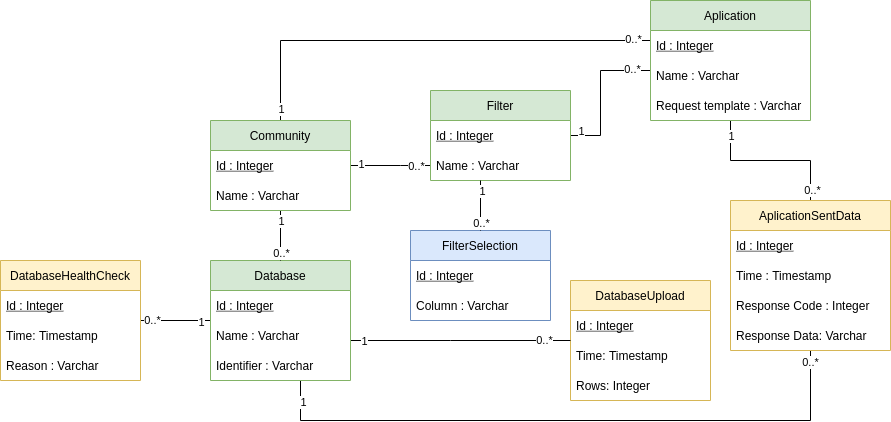
Before: figs/04-extraction-update/data-models.png, a diagram exported from draw.io (aspedrosa/masters-thesis). Source tidied: cells renumbered, new cells last; positions are measured from the earlier drawing's top-left corner, leaving out a move shared by most shapes.
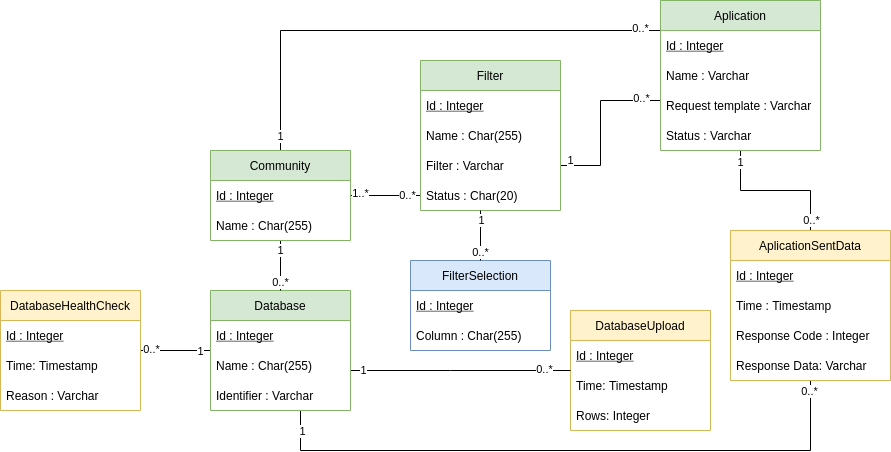
Later version of the same file.

The edit, as a diff of the source:
```diff
@@ -64,7 +64,7 @@
     <mxCell id="16" value="Id : Integer" style="text;strokeColor=none;fillColor=none;align=left;verticalAlign=middle;spacingLeft=4;spacingRight=4;overflow=hidden;fontStyle=4;" parent="15" vertex="1">
       <mxGeometry y="30" width="140" height="30" as="geometry" />
     </mxCell>
-    <mxCell id="17" value="Name : Varchar" style="text;strokeColor=none;fillColor=none;align=left;verticalAlign=middle;spacingLeft=4;spacingRight=4;overflow=hidden;fontStyle=0;" parent="15" vertex="1">
+    <mxCell id="17" value="Name : Char(255)" style="text;strokeColor=none;fillColor=none;align=left;verticalAlign=middle;spacingLeft=4;spacingRight=4;overflow=hidden;fontStyle=0;" parent="15" vertex="1">
       <mxGeometry y="60" width="140" height="30" as="geometry" />
     </mxCell>
     <mxCell id="18" value="Identifier : Varchar" style="text;strokeColor=none;fillColor=none;align=left;verticalAlign=middle;spacingLeft=4;spacingRight=4;overflow=hidden;fontStyle=0;" parent="15" vertex="1">
@@ -73,7 +73,7 @@
     <mxCell id="19" style="edgeStyle=orthogonalEdgeStyle;rounded=0;jettySize=auto;html=1;endArrow=none;endFill=0;orthogonal=1;" parent="1" edge="1" source="28" target="46">
       <mxGeometry relative="1" as="geometry">
         <Array as="points">
-          <mxPoint x="280" y="40" />
+          <mxPoint x="280" />
         </Array>
       </mxGeometry>
     </mxCell>
@@ -107,8 +107,10 @@
         </Array>
       </mxGeometry>
     </mxCell>
-    <mxCell id="26" value="1" style="edgeLabel;html=1;align=center;verticalAlign=middle;" parent="25" vertex="1">
-      <mxGeometry x="-0.76" y="2" relative="1" as="geometry" />
+    <mxCell id="26" value="1..*" style="edgeLabel;html=1;align=center;verticalAlign=middle;" parent="25" vertex="1">
+      <mxGeometry x="-0.76" y="2" relative="1" as="geometry">
+        <mxPoint x="1" as="offset" />
+      </mxGeometry>
     </mxCell>
     <mxCell id="27" value="0..*" style="edgeLabel;html=1;align=center;verticalAlign=middle;" parent="25" vertex="1">
       <mxGeometry x="0.61" relative="1" as="geometry" />
@@ -119,7 +121,7 @@
     <mxCell id="29" value="Id : Integer" style="text;strokeColor=none;fillColor=none;align=left;verticalAlign=middle;spacingLeft=4;spacingRight=4;overflow=hidden;fontStyle=4;" parent="28" vertex="1">
       <mxGeometry y="30" width="140" height="30" as="geometry" />
     </mxCell>
-    <mxCell id="30" value="Name : Varchar" style="text;strokeColor=none;fillColor=none;align=left;verticalAlign=middle;spacingLeft=4;spacingRight=4;overflow=hidden;fontStyle=0;" parent="28" vertex="1">
+    <mxCell id="30" value="Name : Char(255)" style="text;strokeColor=none;fillColor=none;align=left;verticalAlign=middle;spacingLeft=4;spacingRight=4;overflow=hidden;fontStyle=0;" parent="28" vertex="1">
       <mxGeometry y="60" width="140" height="30" as="geometry" />
     </mxCell>
     <mxCell id="31" style="edgeStyle=orthogonalEdgeStyle;rounded=0;jettySize=auto;html=1;endArrow=none;endFill=0;orthogonal=1;" parent="1" edge="1" source="34" target="46">
@@ -141,21 +143,27 @@
       </mxGeometry>
     </mxCell>
     <mxCell id="34" value="Filter" style="swimlane;fontStyle=0;horizontal=1;startSize=30;fillColor=#d5e8d4;strokeColor=#82b366;" parent="1" vertex="1">
-      <mxGeometry x="430" y="90" width="140" height="90" as="geometry" />
+      <mxGeometry x="420" y="30" width="140" height="150" as="geometry" />
     </mxCell>
     <mxCell id="35" value="Id : Integer" style="text;strokeColor=none;fillColor=none;align=left;verticalAlign=middle;spacingLeft=4;spacingRight=4;overflow=hidden;fontStyle=4;" parent="34" vertex="1">
       <mxGeometry y="30" width="140" height="30" as="geometry" />
     </mxCell>
-    <mxCell id="36" value="Name : Varchar" style="text;strokeColor=none;fillColor=none;align=left;verticalAlign=middle;spacingLeft=4;spacingRight=4;overflow=hidden;fontStyle=0;" parent="34" vertex="1">
+    <mxCell id="36" value="Name : Char(255)" style="text;strokeColor=none;fillColor=none;align=left;verticalAlign=middle;spacingLeft=4;spacingRight=4;overflow=hidden;fontStyle=0;" parent="34" vertex="1">
       <mxGeometry y="60" width="140" height="30" as="geometry" />
     </mxCell>
+    <mxCell id="59" value="Filter : Varchar" style="text;strokeColor=none;fillColor=none;align=left;verticalAlign=middle;spacingLeft=4;spacingRight=4;overflow=hidden;fontStyle=0;" parent="34" vertex="1">
+      <mxGeometry y="90" width="140" height="30" as="geometry" />
+    </mxCell>
+    <mxCell id="60" value="Status : Char(20)" style="text;strokeColor=none;fillColor=none;align=left;verticalAlign=middle;spacingLeft=4;spacingRight=4;overflow=hidden;fontStyle=0;" parent="34" vertex="1">
+      <mxGeometry y="120" width="140" height="30" as="geometry" />
+    </mxCell>
     <mxCell id="37" value="FilterSelection" style="swimlane;fontStyle=0;horizontal=1;startSize=30;fillColor=#dae8fc;strokeColor=#6c8ebf;" parent="1" vertex="1">
       <mxGeometry x="410" y="230" width="140" height="90" as="geometry" />
     </mxCell>
     <mxCell id="38" value="Id : Integer" style="text;strokeColor=none;fillColor=none;align=left;verticalAlign=middle;spacingLeft=4;spacingRight=4;overflow=hidden;fontStyle=4;" parent="37" vertex="1">
       <mxGeometry y="30" width="140" height="30" as="geometry" />
     </mxCell>
-    <mxCell id="39" value="Column : Varchar" style="text;strokeColor=none;fillColor=none;align=left;verticalAlign=middle;spacingLeft=4;spacingRight=4;overflow=hidden;fontStyle=0;" parent="37" vertex="1">
+    <mxCell id="39" value="Column : Char(255)" style="text;strokeColor=none;fillColor=none;align=left;verticalAlign=middle;spacingLeft=4;spacingRight=4;overflow=hidden;fontStyle=0;" parent="37" vertex="1">
       <mxGeometry y="60" width="140" height="30" as="geometry" />
     </mxCell>
     <mxCell id="40" style="edgeStyle=orthogonalEdgeStyle;rounded=0;jettySize=auto;html=1;endArrow=none;endFill=0;orthogonal=1;" parent="1" edge="1" source="37" target="34">
@@ -185,7 +193,7 @@
       <mxGeometry x="0.87" y="1" relative="1" as="geometry" />
     </mxCell>
     <mxCell id="46" value="Aplication" style="swimlane;fontStyle=0;horizontal=1;startSize=30;fillColor=#d5e8d4;strokeColor=#82b366;" parent="1" vertex="1">
-      <mxGeometry x="650" width="160" height="120" as="geometry" />
+      <mxGeometry x="660" y="-30" width="160" height="150" as="geometry" />
     </mxCell>
     <mxCell id="47" value="Id : Integer" style="text;strokeColor=none;fillColor=none;align=left;verticalAlign=middle;spacingLeft=4;spacingRight=4;overflow=hidden;fontStyle=4;" parent="46" vertex="1">
       <mxGeometry y="30" width="160" height="30" as="geometry" />
@@ -196,6 +204,9 @@
     <mxCell id="49" value="Request template : Varchar" style="text;strokeColor=none;fillColor=none;align=left;verticalAlign=middle;spacingLeft=4;spacingRight=4;overflow=hidden;fontStyle=0;" parent="46" vertex="1">
       <mxGeometry y="90" width="160" height="30" as="geometry" />
     </mxCell>
+    <mxCell id="61" value="Status : Varchar" style="text;strokeColor=none;fillColor=none;align=left;verticalAlign=middle;spacingLeft=4;spacingRight=4;overflow=hidden;fontStyle=0;" parent="46" vertex="1">
+      <mxGeometry y="120" width="160" height="30" as="geometry" />
+    </mxCell>
     <mxCell id="50" value="DatabaseHealthCheck" style="swimlane;fontStyle=0;horizontal=1;startSize=30;fillColor=#fff2cc;strokeColor=#d6b656;" parent="1" vertex="1">
       <mxGeometry y="260" width="140" height="120" as="geometry" />
     </mxCell>
```
